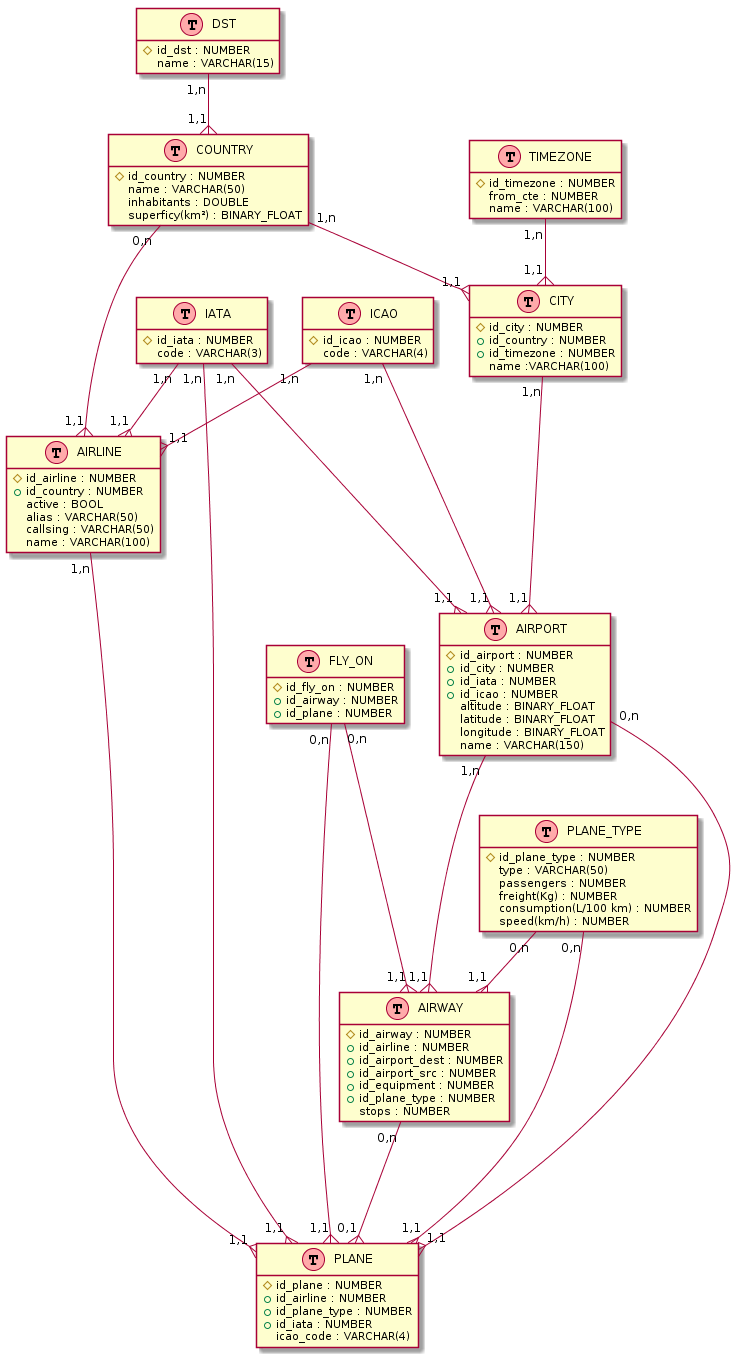
The PlantUML diagram resources/database_modelisation/plantuml.png in pBouillon/OpenFlightStatisticsAggregator, before a commit.
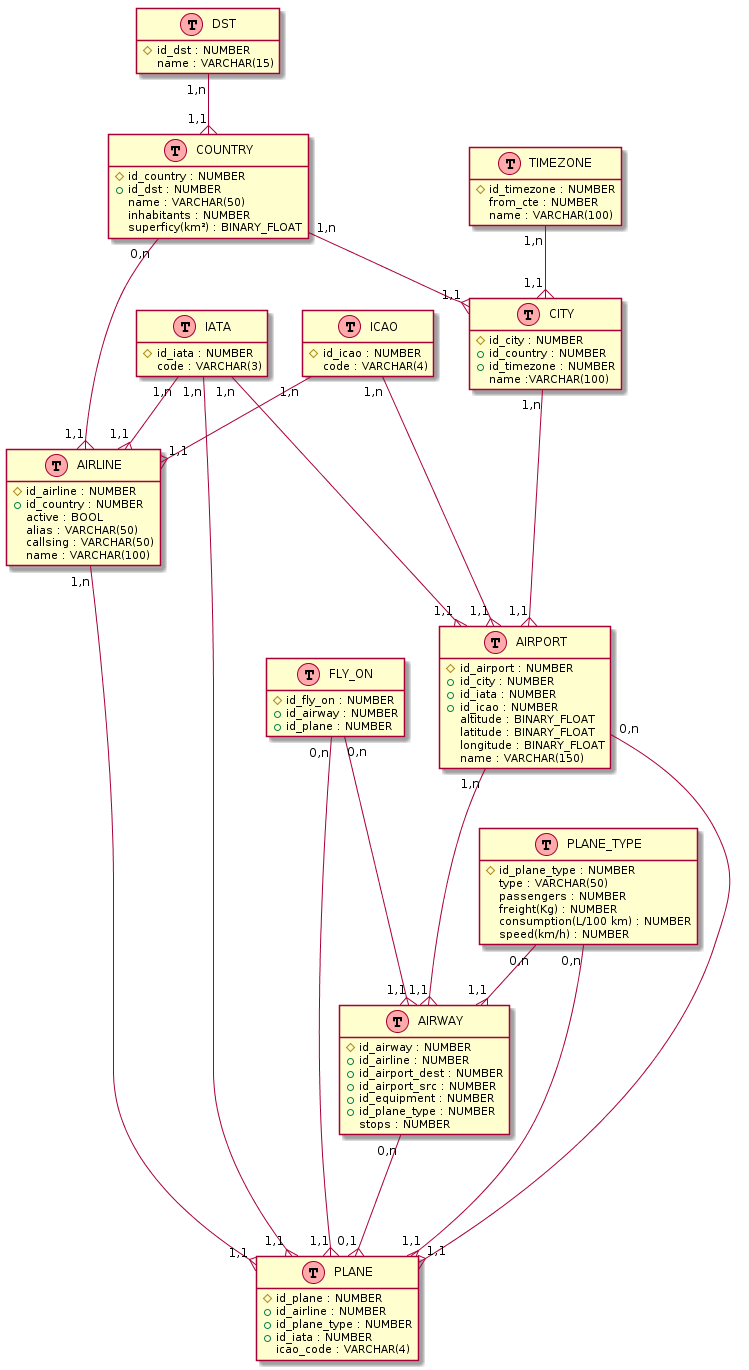
After the commit.

Commit message:
add FK in table COUNTRY

Change to the diagram source:
```diff
@@ -5,8 +5,9 @@
 
 class COUNTRY << (T,#FFAAAA) >> {
     {field} #id_country : NUMBER
+    {field} +id_dst : NUMBER
     {field} name : VARCHAR(50)
-    {field} inhabitants : DOUBLE
+    {field} inhabitants : NUMBER
     {field} superficy(km²) : BINARY_FLOAT
 }
 
```
